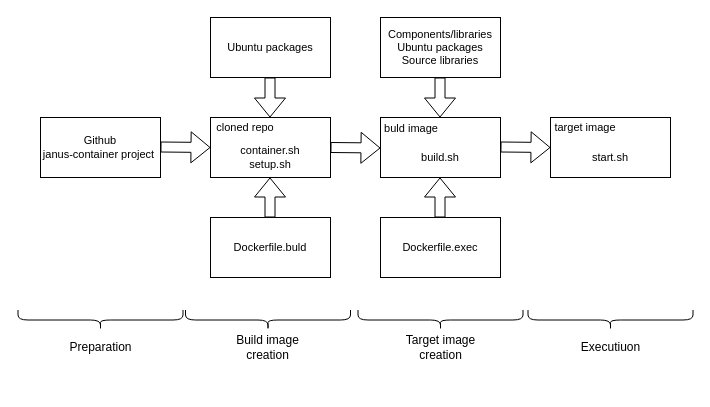
This is doc/process.drawio from bartbalaz/janus-container, a draw.io file, before an edit. Source tidied: cells renumbered, new cells numbered last; positions are measured from the earlier drawing's top-left corner, leaving out a move shared by most shapes. Both pictures are drawn from the tidied source at 100%, with x=0, y=0 at pixel (40, 17).
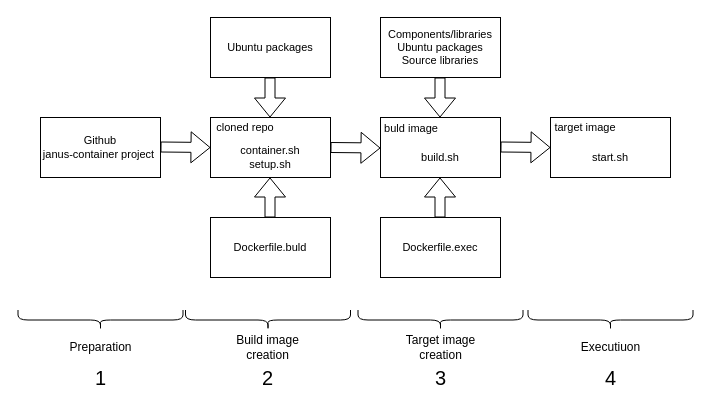
The same diagram, later.

Diff of the diagram source:
```diff
@@
+    <mxCell id="31" value="4" style="text;html=1;strokeColor=none;fillColor=none;align=center;verticalAlign=middle;whiteSpace=wrap;rounded=0;fontSize=20;" parent="1" vertex="1">
+      <mxGeometry x="533.8" y="350" width="72.5" height="20" as="geometry" />
+    </mxCell>
+    <mxCell id="32" value="3" style="text;html=1;strokeColor=none;fillColor=none;align=center;verticalAlign=middle;whiteSpace=wrap;rounded=0;fontSize=20;" parent="1" vertex="1">
+      <mxGeometry x="363.8" y="350" width="72.5" height="20" as="geometry" />
+    </mxCell>
+    <mxCell id="33" value="2" style="text;html=1;strokeColor=none;fillColor=none;align=center;verticalAlign=middle;whiteSpace=wrap;rounded=0;fontSize=20;" parent="1" vertex="1">
+      <mxGeometry x="191.2" y="350" width="72.5" height="20" as="geometry" />
+    </mxCell>
+    <mxCell id="34" value="1" style="text;html=1;strokeColor=none;fillColor=none;align=center;verticalAlign=middle;whiteSpace=wrap;rounded=0;fontSize=20;" parent="1" vertex="1">
+      <mxGeometry x="23.8" y="350" width="72.5" height="20" as="geometry" />
+    </mxCell>
```
